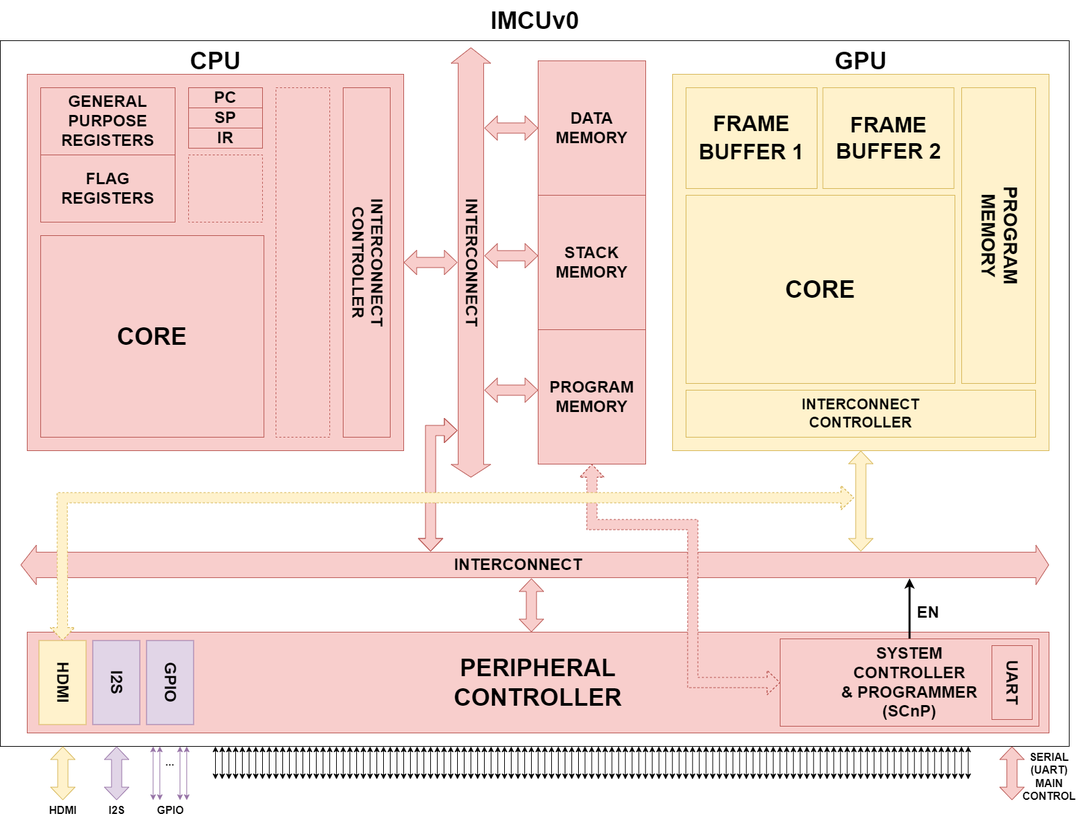
Above: arch.drawio.png in nothingIIersonal/yamcu (draw.io), before the change. Source tidied: cells renumbered, new cells last; positions are measured from the earlier drawing's top-left corner, leaving out a move shared by most shapes.
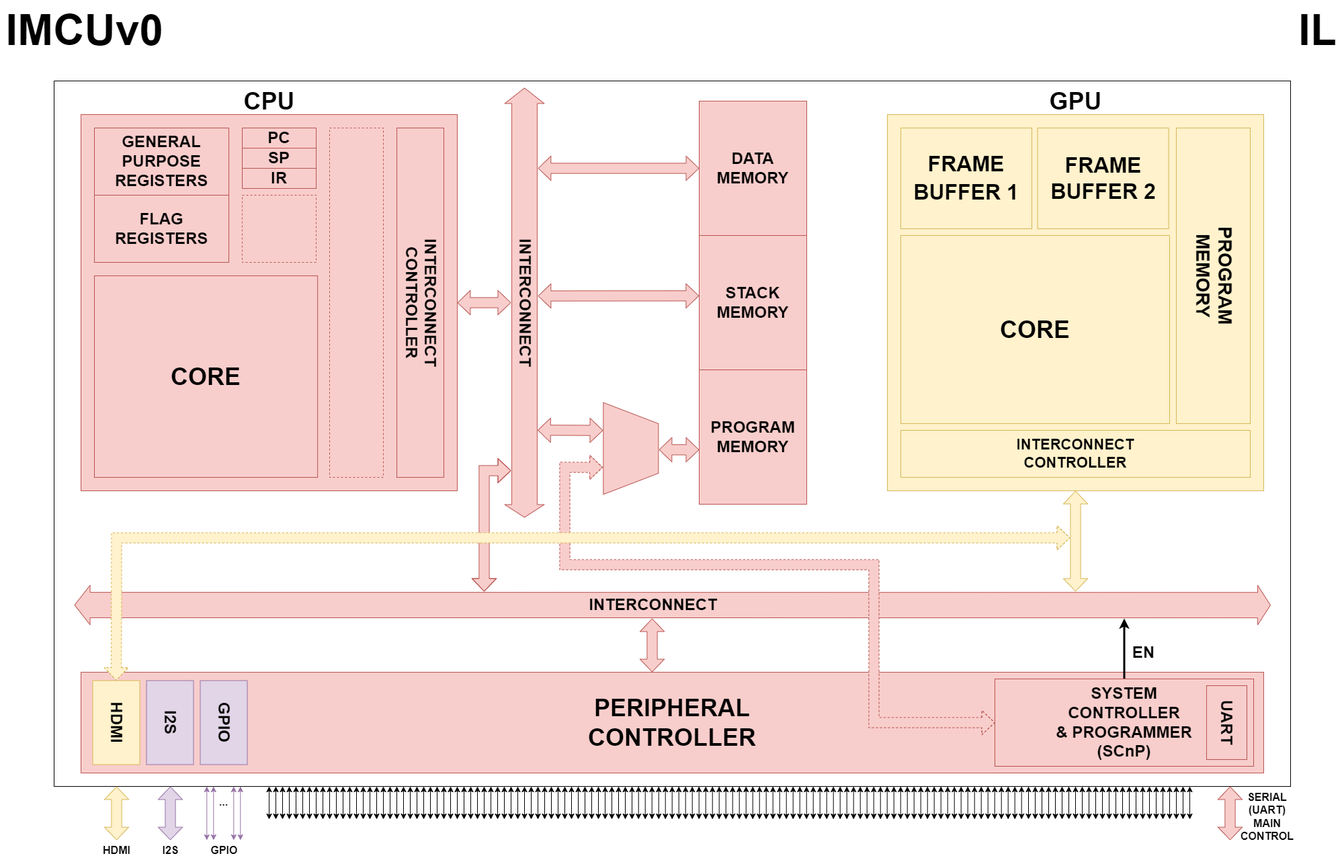
After the change.

Commit message:
Rework arch scheme

Change to the diagram source:
```diff
@@ -5,3 +5,3 @@
     <mxCell id="2" style="rounded=0;whiteSpace=wrap;html=1;" parent="1" vertex="1">
-      <mxGeometry y="60" width="1590" height="1050" as="geometry" />
+      <mxGeometry y="60" width="1840" height="1050" as="geometry" />
     </mxCell>
@@ -11,3 +11,3 @@
     <mxCell id="4" value="&lt;font style=&quot;font-size: 24px;&quot;&gt;&lt;b&gt;DATA MEMORY&lt;/b&gt;&lt;/font&gt;" style="rounded=0;whiteSpace=wrap;html=1;fillColor=#f8cecc;strokeColor=#b85450;" parent="1" vertex="1">
-      <mxGeometry x="800" y="90" width="160" height="200" as="geometry" />
+      <mxGeometry x="960" y="90" width="160" height="200" as="geometry" />
     </mxCell>
@@ -35,6 +35,6 @@
     <mxCell id="12" value="&lt;font style=&quot;font-size: 24px;&quot;&gt;&lt;b&gt;PROGRAM MEMORY&lt;/b&gt;&lt;/font&gt;" style="rounded=0;whiteSpace=wrap;html=1;fillColor=#f8cecc;strokeColor=#b85450;" parent="1" vertex="1">
-      <mxGeometry x="800" y="490" width="160" height="200" as="geometry" />
+      <mxGeometry x="960" y="490" width="160" height="200" as="geometry" />
     </mxCell>
     <mxCell id="13" value="&lt;font style=&quot;font-size: 24px;&quot;&gt;&lt;b&gt;STACK MEMORY&lt;/b&gt;&lt;/font&gt;" style="rounded=0;whiteSpace=wrap;html=1;fillColor=#f8cecc;strokeColor=#b85450;" parent="1" vertex="1">
-      <mxGeometry x="800" y="290" width="160" height="200" as="geometry" />
+      <mxGeometry x="960" y="290" width="160" height="200" as="geometry" />
     </mxCell>
@@ -54,14 +54,7 @@
     </mxCell>
-    <mxCell id="17" style="shape=flexArrow;endArrow=classic;startArrow=classic;html=1;rounded=0;entryX=0;entryY=0.5;entryDx=0;entryDy=0;width=15.217391304347828;startSize=5.952173913043478;fillColor=#f8cecc;strokeColor=#b85450;" parent="1" edge="1">
+    <mxCell id="17" style="shape=flexArrow;endArrow=classic;startArrow=classic;html=1;rounded=0;entryX=-0.001;entryY=0.449;entryDx=0;entryDy=0;width=15.217391304347828;startSize=5.952173913043478;fillColor=#f8cecc;strokeColor=#b85450;entryPerimeter=0;" parent="1" edge="1" target="13">
       <mxGeometry relative="1" as="geometry">
         <mxPoint x="720" y="380" as="sourcePoint" />
-        <mxPoint x="800" y="380" as="targetPoint" />
       </mxGeometry>
     </mxCell>
-    <mxCell id="18" style="shape=flexArrow;endArrow=classic;startArrow=classic;html=1;rounded=0;entryX=0;entryY=0.5;entryDx=0;entryDy=0;width=15.217391304347828;startSize=5.952173913043478;fillColor=#f8cecc;strokeColor=#b85450;" parent="1" edge="1">
-      <mxGeometry relative="1" as="geometry">
-        <mxPoint x="720" y="580" as="sourcePoint" />
-        <mxPoint x="800" y="580" as="targetPoint" />
-      </mxGeometry>
-    </mxCell>
     <mxCell id="19" style="shape=flexArrow;endArrow=classic;startArrow=classic;html=1;rounded=0;width=15.217391304347828;startSize=5.952173913043478;fillColor=#f8cecc;strokeColor=#b85450;" parent="1" edge="1">
@@ -72,7 +65,7 @@
     </mxCell>
-    <mxCell id="20" value="&lt;font style=&quot;font-size: 36px;&quot;&gt;&lt;b&gt;IMCUv0&lt;/b&gt;&lt;/font&gt;" style="text;html=1;align=center;verticalAlign=middle;" parent="1" vertex="1">
-      <mxGeometry x="715" width="160" height="60" as="geometry" />
+    <mxCell id="20" value="IMCUv0" style="text;align=center;verticalAlign=middle;fontSize=64;fontStyle=1;horizontal=1;labelBackgroundColor=none;labelBorderColor=none;textShadow=0;spacingTop=0;html=1;glass=0;" parent="1" vertex="1">
+      <mxGeometry x="-80" y="-60" width="250" height="90" as="geometry" />
     </mxCell>
     <mxCell id="21" value="&lt;b style=&quot;&quot;&gt;&lt;font style=&quot;font-size: 36px;&quot;&gt;PERIPHERAL&lt;br&gt;CONTROLLER&lt;/font&gt;&lt;/b&gt;" style="rounded=0;whiteSpace=wrap;html=1;fillColor=#f8cecc;strokeColor=#b85450;" parent="1" vertex="1">
-      <mxGeometry x="40" y="940" width="1520" height="150" as="geometry" />
+      <mxGeometry x="40" y="940" width="1760" height="150" as="geometry" />
     </mxCell>
@@ -83,3 +76,3 @@
       <mxGeometry relative="1" as="geometry">
-        <mxPoint x="1352.5" y="860" as="targetPoint" />
+        <mxPoint x="1592.5" y="860" as="targetPoint" />
       </mxGeometry>
@@ -92,3 +85,3 @@
     <mxCell id="25" value="&lt;span style=&quot;font-size: 24px;&quot;&gt;&lt;b&gt;SYSTEM&lt;br&gt;CONTROLLER&lt;br&gt;&amp;amp; PROGRAMMER&lt;br&gt;(SCnP)&lt;/b&gt;&lt;/span&gt;" style="rounded=0;whiteSpace=wrap;html=1;rotation=0;fillColor=#f8cecc;strokeColor=#b85450;" parent="1" vertex="1">
-      <mxGeometry x="1160" y="950" width="385" height="130" as="geometry" />
+      <mxGeometry x="1400" y="950" width="385" height="130" as="geometry" />
     </mxCell>
@@ -436,5 +429,4 @@
     </mxCell>
-    <mxCell id="83" value="&lt;font style=&quot;font-size: 24px;&quot;&gt;&lt;b&gt;INTERCONNECT&lt;/b&gt;&lt;/font&gt;" style="shape=flexArrow;endArrow=classic;startArrow=classic;html=1;rounded=0;width=37.83783783783784;endSize=7.356756756756756;labelPosition=center;verticalLabelPosition=middle;align=center;verticalAlign=middle;fillColor=#f8cecc;strokeColor=#b85450;labelBackgroundColor=none;" parent="1" edge="1">
+    <mxCell id="83" value="&lt;font style=&quot;font-size: 24px;&quot;&gt;&lt;b&gt;INTERCONNECT&lt;/b&gt;&lt;/font&gt;" style="shape=flexArrow;endArrow=classic;startArrow=classic;html=1;rounded=0;width=37.83783783783784;endSize=7.356756756756756;labelPosition=center;verticalLabelPosition=middle;align=center;verticalAlign=middle;fillColor=#f8cecc;strokeColor=#b85450;labelBackgroundColor=none;exitX=0.984;exitY=0.743;exitDx=0;exitDy=0;exitPerimeter=0;" parent="1" edge="1" source="2">
       <mxGeometry x="0.03" relative="1" as="geometry">
-        <mxPoint x="1560" y="840" as="sourcePoint" />
         <mxPoint x="30" y="840" as="targetPoint" />
@@ -443,12 +435,12 @@
     <mxCell id="84" style="rounded=0;whiteSpace=wrap;html=1;strokeWidth=1;fillColor=#fff2cc;strokeColor=#d6b656;" parent="1" vertex="1">
-      <mxGeometry x="1000" y="110" width="560" height="560" as="geometry" />
+      <mxGeometry x="1240" y="110" width="560" height="560" as="geometry" />
     </mxCell>
     <mxCell id="85" value="&lt;b style=&quot;&quot;&gt;&lt;font style=&quot;font-size: 36px;&quot;&gt;CORE&lt;/font&gt;&lt;/b&gt;" style="rounded=0;whiteSpace=wrap;html=1;fillColor=#fff2cc;strokeColor=#d6b656;" parent="1" vertex="1">
-      <mxGeometry x="1020" y="290" width="400" height="280" as="geometry" />
+      <mxGeometry x="1260" y="290" width="400" height="280" as="geometry" />
     </mxCell>
     <mxCell id="86" value="&lt;font style=&quot;font-size: 36px;&quot;&gt;&lt;b&gt;GPU&lt;/b&gt;&lt;/font&gt;" style="text;html=1;align=center;verticalAlign=middle;" parent="1" vertex="1">
-      <mxGeometry x="1230" y="60" width="100" height="60" as="geometry" />
+      <mxGeometry x="1470" y="60" width="100" height="60" as="geometry" />
     </mxCell>
     <mxCell id="87" value="&lt;b style=&quot;font-size: 32px;&quot;&gt;FRAME&lt;br&gt;BUFFER 1&lt;/b&gt;&lt;b style=&quot;&quot;&gt;&lt;font style=&quot;font-size: 36px;&quot;&gt;&lt;br&gt;&lt;/font&gt;&lt;/b&gt;" style="rounded=0;whiteSpace=wrap;html=1;fillColor=#fff2cc;strokeColor=#d6b656;" parent="1" vertex="1">
-      <mxGeometry x="1020" y="130" width="195" height="150" as="geometry" />
+      <mxGeometry x="1260" y="130" width="195" height="150" as="geometry" />
     </mxCell>
@@ -456,3 +448,3 @@
       <mxGeometry relative="1" as="geometry">
-        <mxPoint x="1280" y="820" as="sourcePoint" />
+        <mxPoint x="1520" y="820" as="sourcePoint" />
       </mxGeometry>
@@ -461,4 +453,4 @@
       <mxGeometry relative="1" as="geometry">
-        <mxPoint x="790" y="940" as="sourcePoint" />
-        <mxPoint x="790" y="860" as="targetPoint" />
+        <mxPoint x="890" y="940" as="sourcePoint" />
+        <mxPoint x="890" y="860" as="targetPoint" />
       </mxGeometry>
@@ -813,8 +805,9 @@
     </mxCell>
-    <mxCell id="148" style="shape=flexArrow;endArrow=classic;startArrow=classic;html=1;rounded=0;width=15.217391304347828;startSize=5.952173913043478;exitX=0;exitY=0.5;exitDx=0;exitDy=0;entryX=0.5;entryY=1;entryDx=0;entryDy=0;dashed=1;fillColor=#f8cecc;strokeColor=#b85450;" parent="1" edge="1" source="25" target="12">
+    <mxCell id="148" style="shape=flexArrow;endArrow=classic;startArrow=classic;html=1;rounded=0;width=15.217391304347828;startSize=5.952173913043478;exitX=0;exitY=0.5;exitDx=0;exitDy=0;entryX=0.294;entryY=1.009;entryDx=0;entryDy=0;dashed=1;fillColor=#f8cecc;strokeColor=#b85450;entryPerimeter=0;" parent="1" edge="1" source="25" target="169">
       <mxGeometry relative="1" as="geometry">
         <Array as="points">
-          <mxPoint x="1030" y="1015" />
-          <mxPoint x="1030" y="780" />
-          <mxPoint x="880" y="780" />
+          <mxPoint x="1220" y="1015" />
+          <mxPoint x="1220" y="780" />
+          <mxPoint x="760" y="780" />
+          <mxPoint x="760" y="635" />
         </Array>
@@ -823,6 +816,6 @@
     <mxCell id="149" value="&lt;span style=&quot;font-size: 24px;&quot;&gt;&lt;b&gt;UART&lt;/b&gt;&lt;/span&gt;" style="rounded=0;whiteSpace=wrap;html=1;rotation=90;fillColor=#f8cecc;strokeColor=#b85450;" parent="1" vertex="1">
-      <mxGeometry x="1450" y="985" width="110" height="60" as="geometry" />
+      <mxGeometry x="1690" y="985" width="110" height="60" as="geometry" />
     </mxCell>
     <mxCell id="150" value="&lt;font style=&quot;font-size: 28px;&quot;&gt;&lt;b&gt;PROGRAM&lt;br&gt;MEMORY&lt;/b&gt;&lt;/font&gt;" style="rounded=0;whiteSpace=wrap;html=1;fillColor=#fff2cc;strokeColor=#d6b656;textDirection=vertical-rl;" parent="1" vertex="1">
-      <mxGeometry x="1430" y="130" width="110" height="440" as="geometry" />
+      <mxGeometry x="1670" y="130" width="110" height="440" as="geometry" />
     </mxCell>
@@ -830,5 +823,5 @@
       <mxGeometry relative="1" as="geometry">
-        <mxPoint x="1270" y="740" as="targetPoint" />
+        <mxPoint x="1512" y="740" as="targetPoint" />
         <Array as="points">
-          <mxPoint x="92" y="740" />
+          <mxPoint x="93" y="740" />
         </Array>
@@ -837,6 +830,6 @@
     <mxCell id="152" value="&lt;b style=&quot;font-size: 32px;&quot;&gt;&lt;font style=&quot;font-size: 32px;&quot;&gt;FRAME&lt;br&gt;BUFFER 2&lt;br&gt;&lt;/font&gt;&lt;/b&gt;" style="rounded=0;whiteSpace=wrap;html=1;fillColor=#fff2cc;strokeColor=#d6b656;" parent="1" vertex="1">
-      <mxGeometry x="1223.6" y="130" width="195" height="150" as="geometry" />
+      <mxGeometry x="1463.6" y="130" width="195" height="150" as="geometry" />
     </mxCell>
     <mxCell id="153" value="&lt;b style=&quot;font-size: 22px;&quot;&gt;INTERCONNECT&lt;br&gt;CONTROLLER&lt;/b&gt;&lt;b style=&quot;font-size: 22px;&quot;&gt;&lt;font style=&quot;font-size: 22px;&quot;&gt;&lt;br&gt;&lt;/font&gt;&lt;/b&gt;" style="rounded=0;whiteSpace=wrap;html=1;fillColor=#fff2cc;strokeColor=#d6b656;" parent="1" vertex="1">
-      <mxGeometry x="1020" y="580" width="520" height="70" as="geometry" />
+      <mxGeometry x="1260" y="580" width="520" height="70" as="geometry" />
     </mxCell>
@@ -844,4 +837,4 @@
       <mxGeometry relative="1" as="geometry">
-        <mxPoint x="1504.8" y="1190" as="sourcePoint" />
-        <mxPoint x="1504.8" y="1110" as="targetPoint" />
+        <mxPoint x="1750" y="1190" as="sourcePoint" />
+        <mxPoint x="1750" y="1110" as="targetPoint" />
       </mxGeometry>
@@ -849,3 +842,3 @@
     <mxCell id="155" value="&lt;b style=&quot;font-size: 16px;&quot;&gt;SERIAL&lt;br&gt;(UART)&lt;br&gt;MAIN&lt;br&gt;CONTROL&lt;/b&gt;" style="text;html=1;align=center;verticalAlign=middle;strokeColor=none;fillColor=none;" parent="1" vertex="1">
-      <mxGeometry x="1510" y="1110" width="100" height="90" as="geometry" />
+      <mxGeometry x="1755.2" y="1110" width="100" height="90" as="geometry" />
     </mxCell>
@@ -908,2 +901,169 @@
     </mxCell>
+    <mxCell id="169" style="verticalLabelPosition=middle;verticalAlign=middle;html=1;shape=trapezoid;perimeter=trapezoidPerimeter;whiteSpace=wrap;size=0.23;arcSize=10;flipV=1;labelPosition=center;align=center;rotation=-90;fillColor=#f8cecc;strokeColor=#b85450;" parent="1" vertex="1">
+      <mxGeometry x="790" y="566" width="136.7" height="82" as="geometry" />
+    </mxCell>
+    <mxCell id="170" style="shape=flexArrow;endArrow=classic;startArrow=classic;html=1;rounded=0;width=15.217391304347828;startSize=5.952173913043478;fillColor=#f8cecc;strokeColor=#b85450;" parent="1" edge="1">
+      <mxGeometry relative="1" as="geometry">
+        <mxPoint x="900" y="608.9" as="sourcePoint" />
+        <mxPoint x="960" y="609" as="targetPoint" />
+      </mxGeometry>
+    </mxCell>
+    <mxCell id="171" style="shape=flexArrow;endArrow=classic;startArrow=classic;html=1;rounded=0;width=15.217391304347828;startSize=5.952173913043478;fillColor=#f8cecc;strokeColor=#b85450;exitX=0.391;exitY=0.495;exitDx=0;exitDy=0;exitPerimeter=0;" parent="1" edge="1" source="2">
+      <mxGeometry relative="1" as="geometry">
+        <mxPoint x="817" y="580.1" as="targetPoint" />
+      </mxGeometry>
+    </mxCell>
+    <mxCell id="172" style="endArrow=classic;startArrow=classic;html=1;rounded=0;" parent="1" edge="1">
+      <mxGeometry relative="1" as="geometry">
+        <mxPoint x="1450" y="1159" as="sourcePoint" />
+        <mxPoint x="1450" y="1110" as="targetPoint" />
+      </mxGeometry>
+    </mxCell>
+    <mxCell id="173" style="endArrow=classic;startArrow=classic;html=1;rounded=0;" parent="1" edge="1">
+      <mxGeometry relative="1" as="geometry">
+        <mxPoint x="1460" y="1159" as="sourcePoint" />
+        <mxPoint x="1460" y="1110" as="targetPoint" />
+      </mxGeometry>
+    </mxCell>
+    <mxCell id="174" style="endArrow=classic;startArrow=classic;html=1;rounded=0;" parent="1" edge="1">
+      <mxGeometry relative="1" as="geometry">
+        <mxPoint x="1470" y="1159" as="sourcePoint" />
+        <mxPoint x="1470" y="1110" as="targetPoint" />
+      </mxGeometry>
+    </mxCell>
+    <mxCell id="175" style="endArrow=classic;startArrow=classic;html=1;rounded=0;" parent="1" edge="1">
+      <mxGeometry relative="1" as="geometry">
+        <mxPoint x="1480" y="1159" as="sourcePoint" />
+        <mxPoint x="1480" y="1110" as="targetPoint" />
+      </mxGeometry>
+    </mxCell>
+    <mxCell id="176" style="endArrow=classic;startArrow=classic;html=1;rounded=0;" parent="1" edge="1">
+      <mxGeometry relative="1" as="geometry">
+        <mxPoint x="1490" y="1159" as="sourcePoint" />
+        <mxPoint x="1490" y="1110" as="targetPoint" />
+      </mxGeometry>
+    </mxCell>
+    <mxCell id="177" style="endArrow=classic;startArrow=classic;html=1;rounded=0;" parent="1" edge="1">
+      <mxGeometry relative="1" as="geometry">
+        <mxPoint x="1500" y="1159" as="sourcePoint" />
+        <mxPoint x="1500" y="1110" as="targetPoint" />
+      </mxGeometry>
+    </mxCell>
+    <mxCell id="178" style="endArrow=classic;startArrow=classic;html=1;rounded=0;" parent="1" edge="1">
+      <mxGeometry relative="1" as="geometry">
+        <mxPoint x="1510" y="1159" as="sourcePoint" />
+        <mxPoint x="1510" y="1110" as="targetPoint" />
+      </mxGeometry>
+    </mxCell>
+    <mxCell id="179" style="endArrow=classic;startArrow=classic;html=1;rounded=0;" parent="1" edge="1">
+      <mxGeometry relative="1" as="geometry">
+        <mxPoint x="1520" y="1159" as="sourcePoint" />
+        <mxPoint x="1520" y="1110" as="targetPoint" />
+      </mxGeometry>
+    </mxCell>
+    <mxCell id="180" style="endArrow=classic;startArrow=classic;html=1;rounded=0;" parent="1" edge="1">
+      <mxGeometry relative="1" as="geometry">
+        <mxPoint x="1530" y="1159" as="sourcePoint" />
+        <mxPoint x="1530" y="1110" as="targetPoint" />
+      </mxGeometry>
+    </mxCell>
+    <mxCell id="181" style="endArrow=classic;startArrow=classic;html=1;rounded=0;" parent="1" edge="1">
+      <mxGeometry relative="1" as="geometry">
+        <mxPoint x="1540" y="1159" as="sourcePoint" />
+        <mxPoint x="1540" y="1110" as="targetPoint" />
+      </mxGeometry>
+    </mxCell>
+    <mxCell id="182" style="endArrow=classic;startArrow=classic;html=1;rounded=0;" parent="1" edge="1">
+      <mxGeometry relative="1" as="geometry">
+        <mxPoint x="1550" y="1159" as="sourcePoint" />
+        <mxPoint x="1550" y="1110" as="targetPoint" />
+      </mxGeometry>
+    </mxCell>
+    <mxCell id="183" style="endArrow=classic;startArrow=classic;html=1;rounded=0;" parent="1" edge="1">
+      <mxGeometry relative="1" as="geometry">
+        <mxPoint x="1560" y="1159" as="sourcePoint" />
+        <mxPoint x="1560" y="1110" as="targetPoint" />
+      </mxGeometry>
+    </mxCell>
+    <mxCell id="184" style="endArrow=classic;startArrow=classic;html=1;rounded=0;" parent="1" edge="1">
+      <mxGeometry relative="1" as="geometry">
+        <mxPoint x="1570" y="1159" as="sourcePoint" />
+        <mxPoint x="1570" y="1110" as="targetPoint" />
+      </mxGeometry>
+    </mxCell>
+    <mxCell id="185" style="endArrow=classic;startArrow=classic;html=1;rounded=0;" parent="1" edge="1">
+      <mxGeometry relative="1" as="geometry">
+        <mxPoint x="1580" y="1159" as="sourcePoint" />
+        <mxPoint x="1580" y="1110" as="targetPoint" />
+      </mxGeometry>
+    </mxCell>
+    <mxCell id="186" style="endArrow=classic;startArrow=classic;html=1;rounded=0;" parent="1" edge="1">
+      <mxGeometry relative="1" as="geometry">
+        <mxPoint x="1590" y="1159" as="sourcePoint" />
+        <mxPoint x="1590" y="1110" as="targetPoint" />
+      </mxGeometry>
+    </mxCell>
+    <mxCell id="187" style="endArrow=classic;startArrow=classic;html=1;rounded=0;" parent="1" edge="1">
+      <mxGeometry relative="1" as="geometry">
+        <mxPoint x="1600" y="1159" as="sourcePoint" />
+        <mxPoint x="1600" y="1110" as="targetPoint" />
+      </mxGeometry>
+    </mxCell>
+    <mxCell id="188" style="endArrow=classic;startArrow=classic;html=1;rounded=0;" parent="1" edge="1">
+      <mxGeometry relative="1" as="geometry">
+        <mxPoint x="1610" y="1159" as="sourcePoint" />
+        <mxPoint x="1610" y="1110" as="targetPoint" />
+      </mxGeometry>
+    </mxCell>
+    <mxCell id="189" style="endArrow=classic;startArrow=classic;html=1;rounded=0;" parent="1" edge="1">
+      <mxGeometry relative="1" as="geometry">
+        <mxPoint x="1620" y="1159" as="sourcePoint" />
+        <mxPoint x="1620" y="1110" as="targetPoint" />
+      </mxGeometry>
+    </mxCell>
+    <mxCell id="190" style="endArrow=classic;startArrow=classic;html=1;rounded=0;" parent="1" edge="1">
+      <mxGeometry relative="1" as="geometry">
+        <mxPoint x="1630" y="1159" as="sourcePoint" />
+        <mxPoint x="1630" y="1110" as="targetPoint" />
+      </mxGeometry>
+    </mxCell>
+    <mxCell id="191" style="endArrow=classic;startArrow=classic;html=1;rounded=0;" parent="1" edge="1">
+      <mxGeometry relative="1" as="geometry">
+        <mxPoint x="1640" y="1159" as="sourcePoint" />
+        <mxPoint x="1640" y="1110" as="targetPoint" />
+      </mxGeometry>
+    </mxCell>
+    <mxCell id="192" style="endArrow=classic;startArrow=classic;html=1;rounded=0;" parent="1" edge="1">
+      <mxGeometry relative="1" as="geometry">
+        <mxPoint x="1650" y="1159" as="sourcePoint" />
+        <mxPoint x="1650" y="1110" as="targetPoint" />
+      </mxGeometry>
+    </mxCell>
+    <mxCell id="193" style="endArrow=classic;startArrow=classic;html=1;rounded=0;" parent="1" edge="1">
+      <mxGeometry relative="1" as="geometry">
+        <mxPoint x="1660" y="1159" as="sourcePoint" />
+        <mxPoint x="1660" y="1110" as="targetPoint" />
+      </mxGeometry>
+    </mxCell>
+    <mxCell id="194" style="endArrow=classic;startArrow=classic;html=1;rounded=0;" parent="1" edge="1">
+      <mxGeometry relative="1" as="geometry">
+        <mxPoint x="1670" y="1159" as="sourcePoint" />
+        <mxPoint x="1670" y="1110" as="targetPoint" />
+      </mxGeometry>
+    </mxCell>
+    <mxCell id="195" style="endArrow=classic;startArrow=classic;html=1;rounded=0;" parent="1" edge="1">
+      <mxGeometry relative="1" as="geometry">
+        <mxPoint x="1680" y="1159" as="sourcePoint" />
+        <mxPoint x="1680" y="1110" as="targetPoint" />
+      </mxGeometry>
+    </mxCell>
+    <mxCell id="196" style="endArrow=classic;startArrow=classic;html=1;rounded=0;" parent="1" edge="1">
+      <mxGeometry relative="1" as="geometry">
+        <mxPoint x="1690" y="1159" as="sourcePoint" />
+        <mxPoint x="1690" y="1110" as="targetPoint" />
+      </mxGeometry>
+    </mxCell>
+    <mxCell id="197" value="IL" style="text;align=center;verticalAlign=middle;fontSize=64;fontStyle=1;horizontal=1;labelBackgroundColor=none;labelBorderColor=none;textShadow=0;spacingTop=0;html=1;glass=0;strokeWidth=3;" parent="1" vertex="1">
+      <mxGeometry x="1840" y="-60" width="80" height="90" as="geometry" />
+    </mxCell>
   </root>
```
